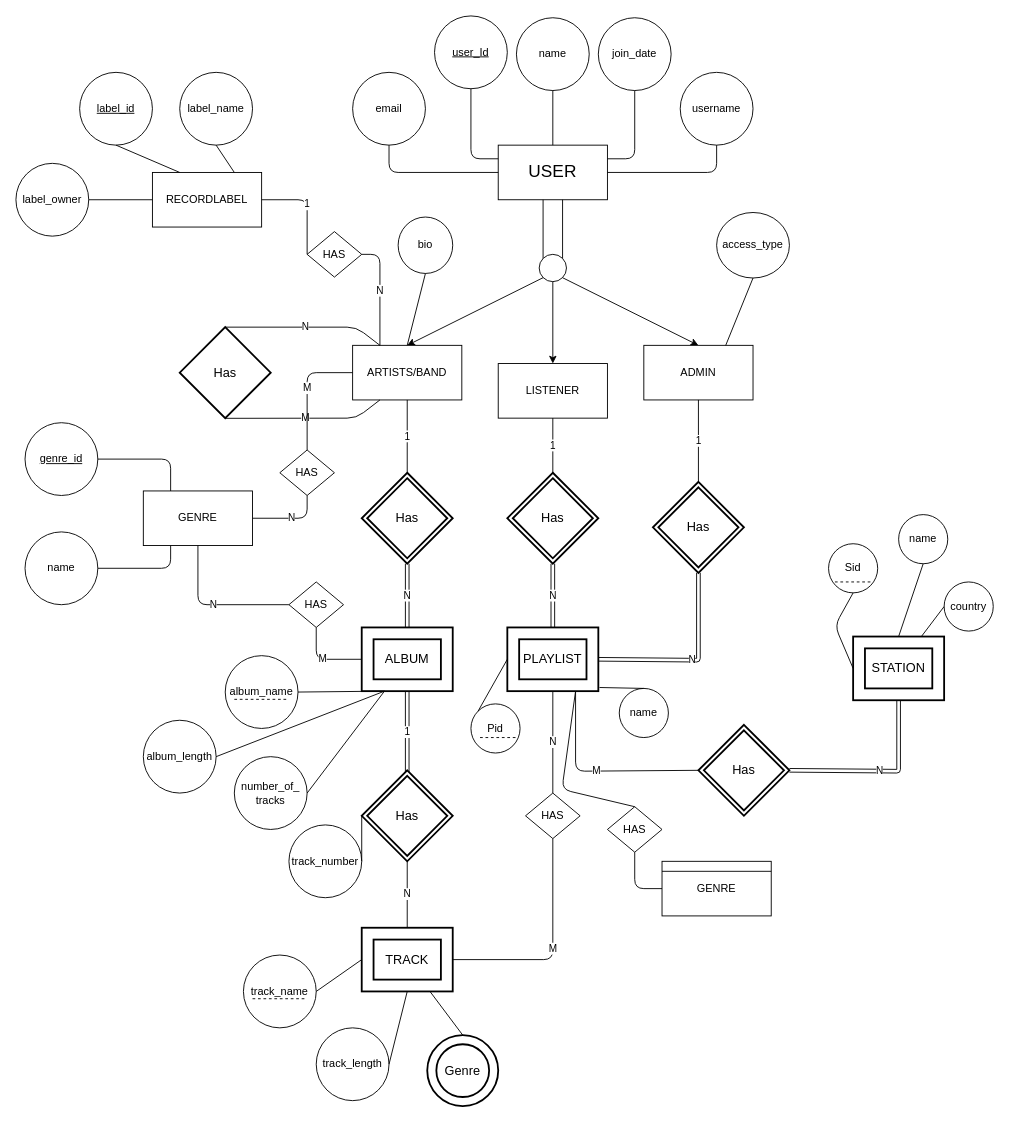
Arianshh/Music_Database keeps this draw.io diagram as Untitled Diagram.drawio. Above is the earlier version. Source tidied: cells renumbered, new cells numbered last; positions are measured from the earlier drawing's top-left corner, leaving out a move shared by most shapes. Both pictures are drawn from the tidied source at 91%, with x=0, y=0 at pixel (15, 15).
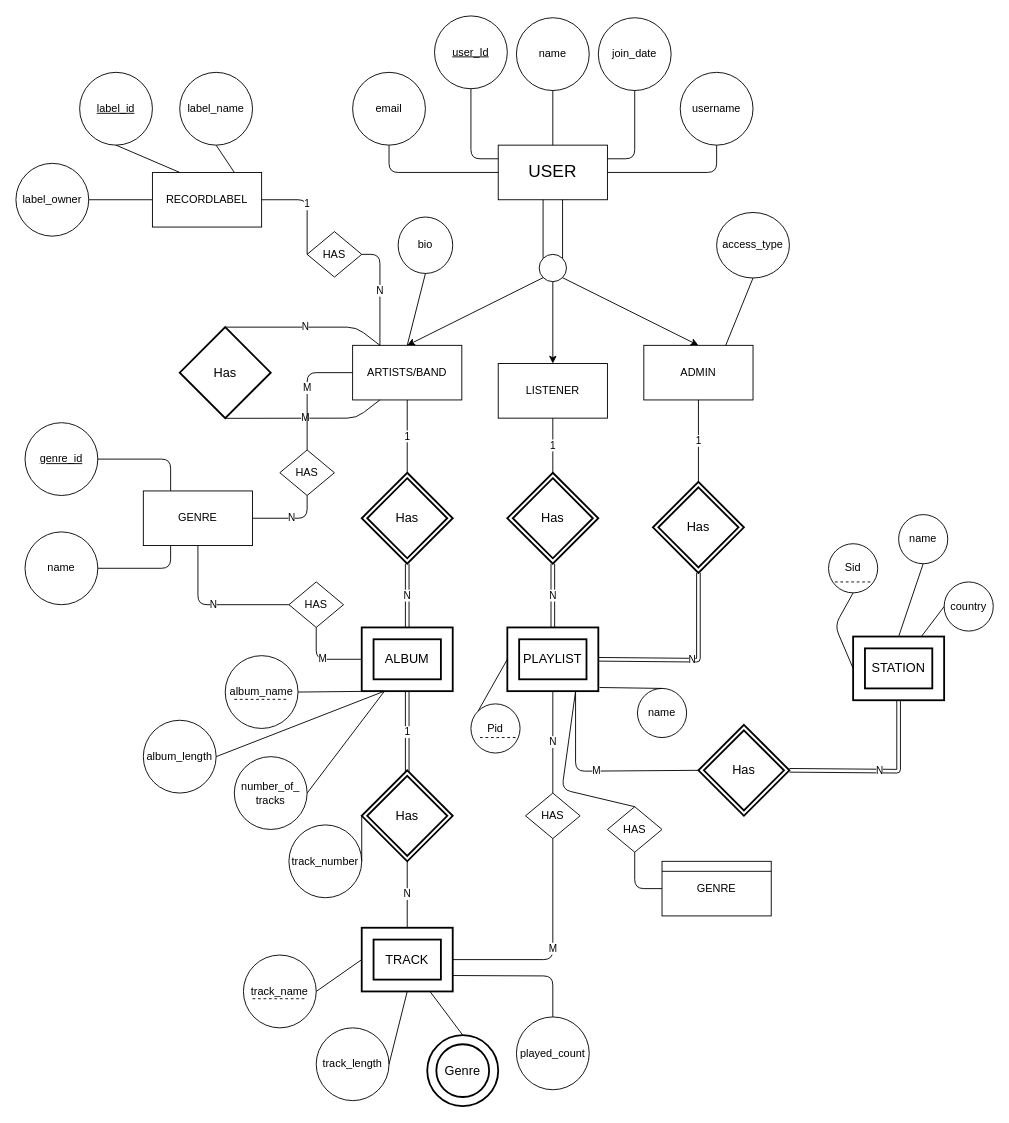
The same page after the edit.

Commit message:
Add More Attrs to Diagram

The change refers to these unchanged cells:
```xml
<mxCell id="20" value="TRACK" style="shape=ext;strokeWidth=2;margin=10;double=1;whiteSpace=wrap;html=1;align=center;fontSize=14;" parent="1" vertex="1">
  <mxGeometry x="380" y="1002" width="100" height="70" as="geometry" />
</mxCell>
```

The edit, as a diff of the source:
```diff
@@
     <mxCell id="87" value="name" style="ellipse;whiteSpace=wrap;html=1;" parent="1" vertex="1">
-      <mxGeometry x="663" y="739" width="54" height="54" as="geometry" />
+      <mxGeometry x="683" y="739" width="54" height="54" as="geometry" />
     </mxCell>
@@
+    <mxCell id="104" value="played_count" style="ellipse;whiteSpace=wrap;html=1;" parent="1" vertex="1">
+      <mxGeometry x="550" y="1100" width="80" height="80" as="geometry" />
+    </mxCell>
+    <mxCell id="105" style="endArrow=none;html=1;exitX=0.5;exitY=0;exitDx=0;exitDy=0;entryX=1;entryY=0.75;entryDx=0;entryDy=0;" parent="1" edge="1" source="104" target="20">
+      <mxGeometry relative="1" as="geometry">
+        <Array as="points">
+          <mxPoint x="590" y="1055" />
+        </Array>
+      </mxGeometry>
+    </mxCell>
```
